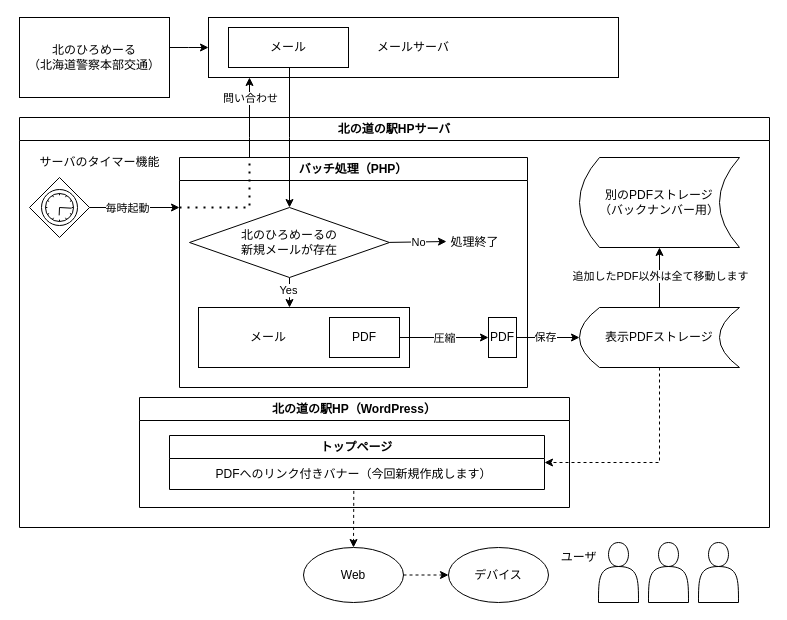
Above: システム概念図.drawio in Nisshee2424/quiz_app (draw.io), before the change. Source tidied: cells renumbered, new cells numbered last; positions are measured from the earlier drawing's top-left corner, leaving out a move shared by most shapes. Both pictures are drawn from the tidied source at 100%, with x=0, y=0 at pixel (19, 17).
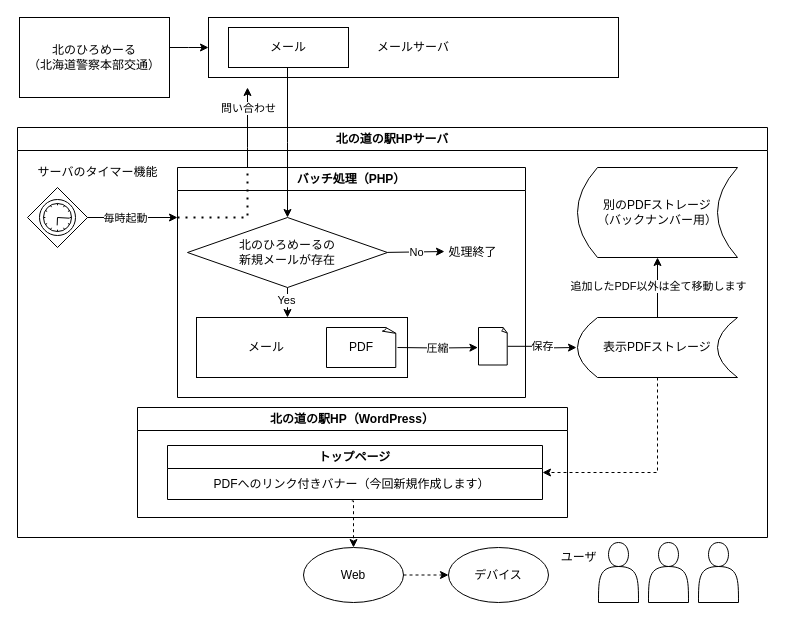
The same page after the edit.

Commit message:
システム概念図.drawio を更新します

The change refers to these unchanged cells:
```xml
<mxCell id="8" value="表示PDFストレージ" style="shape=dataStorage;whiteSpace=wrap;html=1;fixedSize=1;" parent="2" vertex="1">
  <mxGeometry x="560" y="190" width="160" height="60" as="geometry" />
</mxCell>
<mxCell id="10" value="バッチ処理（PHP）" style="swimlane;whiteSpace=wrap;html=1;" parent="2" vertex="1">
  <mxGeometry x="160" y="40" width="348" height="230" as="geometry" />
</mxCell>
```

Diff of the diagram source:
```diff
@@
     <mxCell id="2" value="北の道の駅HPサーバ" style="swimlane;whiteSpace=wrap;html=1;startSize=23;" parent="1" vertex="1">
-      <mxGeometry y="100" width="750" height="410" as="geometry" />
+      <mxGeometry x="-2" y="110" width="750" height="410" as="geometry" />
     </mxCell>
@@
-    <mxCell id="12" value="PDF" style="rounded=0;whiteSpace=wrap;html=1;" parent="10" vertex="1">
-      <mxGeometry x="309" y="160" width="28" height="40" as="geometry" />
-    </mxCell>
@@
-    <mxCell id="20" style="edgeStyle=orthogonalEdgeStyle;rounded=0;jettySize=auto;html=1;" parent="10" edge="1" source="22" target="12">
-      <mxGeometry relative="1" as="geometry" />
+    <mxCell id="20" style="edgeStyle=orthogonalEdgeStyle;rounded=0;jettySize=auto;html=1;entryX=-0.02;entryY=0.535;entryDx=0;entryDy=0;entryPerimeter=0;" parent="10" edge="1" target="48">
+      <mxGeometry relative="1" as="geometry">
+        <mxPoint x="220" y="180" as="sourcePoint" />
+      </mxGeometry>
     </mxCell>
@@
-    <mxCell id="22" value="PDF" style="rounded=0;whiteSpace=wrap;html=1;" parent="10" vertex="1">
-      <mxGeometry x="150" y="160" width="70" height="40" as="geometry" />
-    </mxCell>
@@
+    <mxCell id="46" value="PDF" style="whiteSpace=wrap;html=1;shape=mxgraph.basic.document;" parent="10" vertex="1">
+      <mxGeometry x="149" y="160" width="70" height="40" as="geometry" />
+    </mxCell>
+    <mxCell id="47" style="edgeStyle=orthogonalEdgeStyle;rounded=0;jettySize=auto;html=1;" parent="10" edge="1" source="48">
+      <mxGeometry relative="1" as="geometry">
+        <mxPoint x="399" y="180" as="targetPoint" />
+      </mxGeometry>
+    </mxCell>
+    <mxCell id="32" value="保存" style="edgeLabel;html=1;align=center;verticalAlign=middle;" parent="47" vertex="1">
+      <mxGeometry x="-0.01" y="1" relative="1" as="geometry">
+        <mxPoint x="-1" y="-1" as="offset" />
+      </mxGeometry>
+    </mxCell>
+    <mxCell id="48" style="whiteSpace=wrap;html=1;shape=mxgraph.basic.document;" parent="10" vertex="1">
+      <mxGeometry x="301" y="160" width="29" height="37.5" as="geometry" />
+    </mxCell>
@@
-    <mxCell id="31" style="edgeStyle=orthogonalEdgeStyle;rounded=0;jettySize=auto;html=1;" parent="2" edge="1" source="12" target="8">
-      <mxGeometry relative="1" as="geometry" />
-    </mxCell>
-    <mxCell id="32" value="保存" style="edgeLabel;html=1;align=center;verticalAlign=middle;" parent="31" vertex="1">
-      <mxGeometry x="-0.12" y="1" relative="1" as="geometry" />
-    </mxCell>
```
